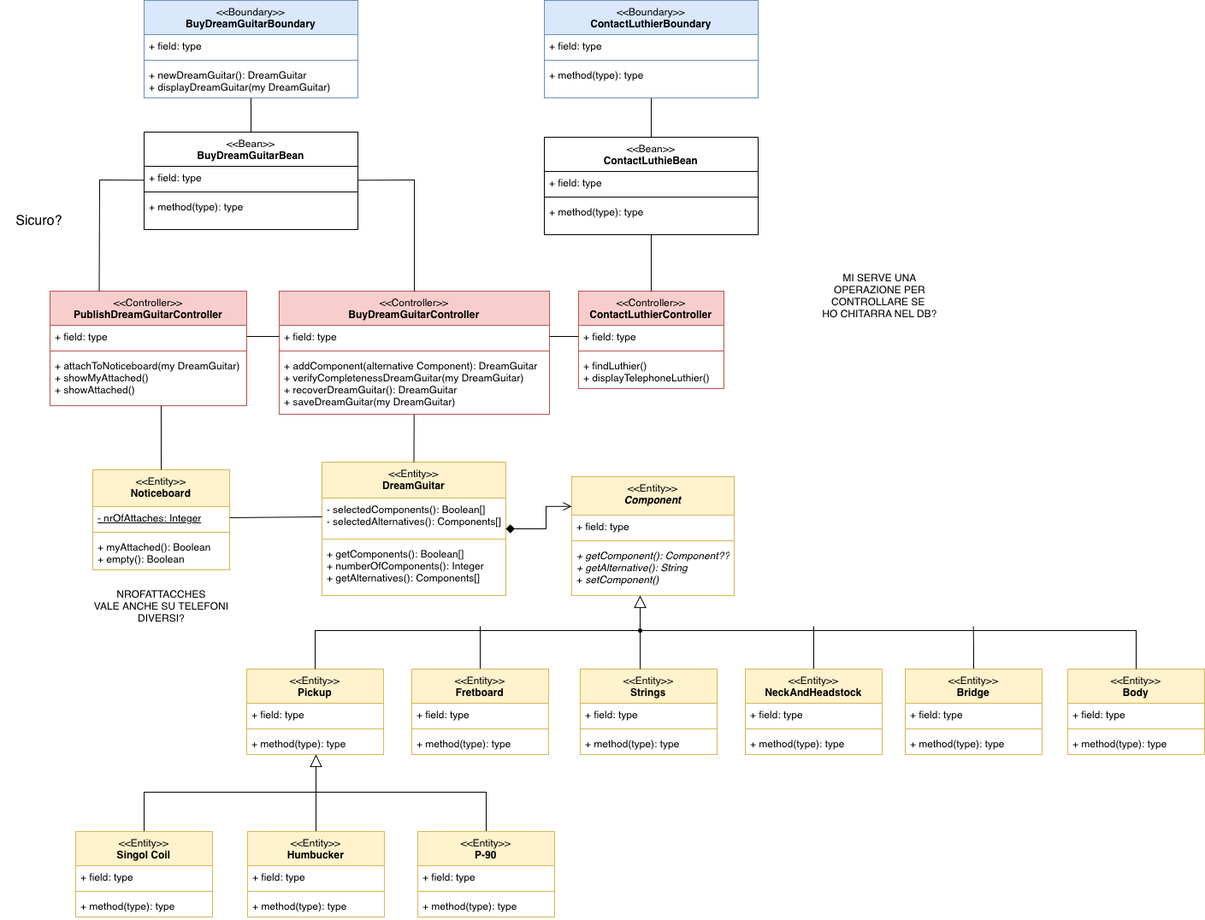
This is diagrams/BCET.drawio.png from TizianoLilli/ISPW-Project, a draw.io export, as it was before one commit. Source tidied: cells renumbered, new cells last; positions are measured from the earlier drawing's top-left corner, leaving out a move shared by most shapes.
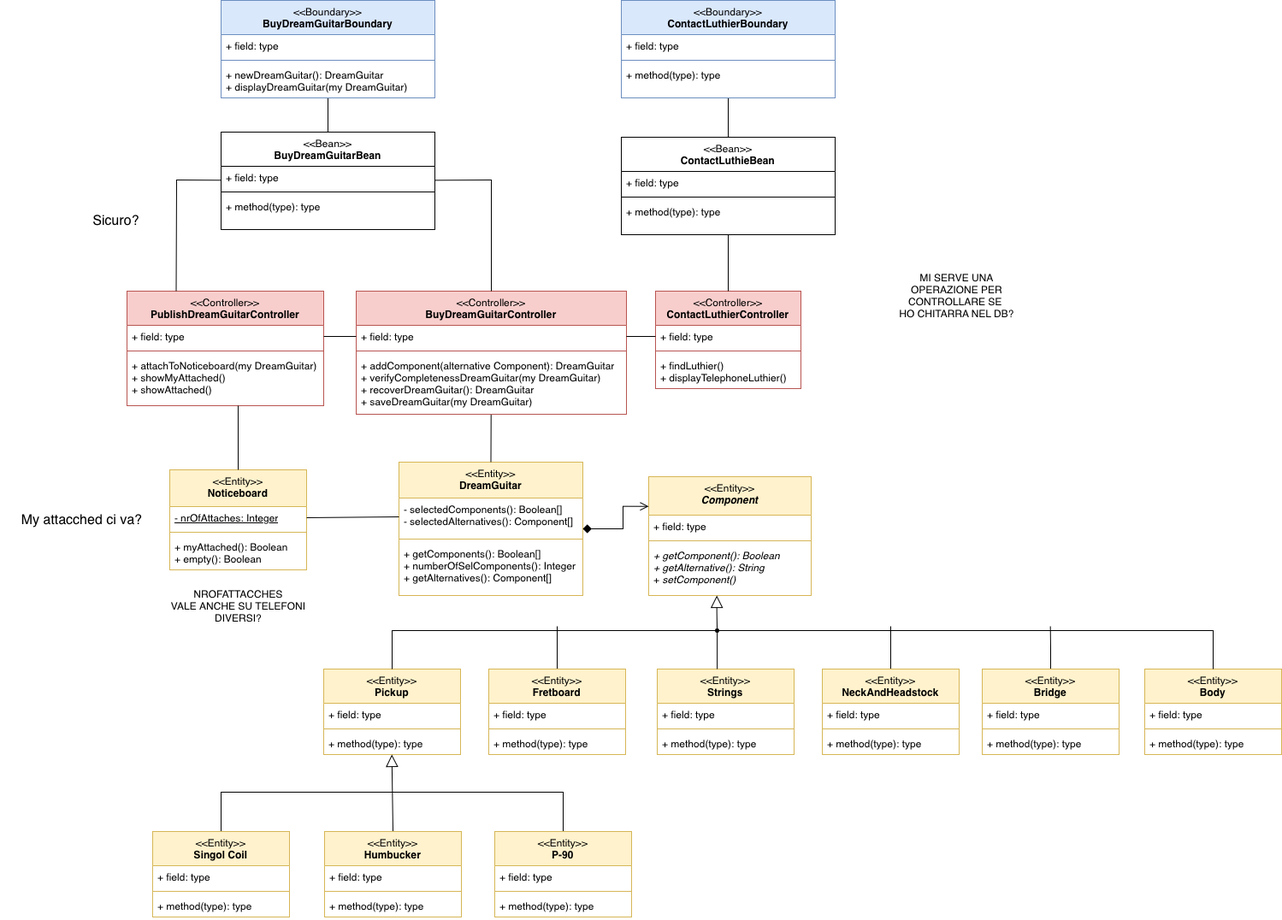
Above is the later version.

The edit, as a diff of the source:
```diff
@@ -5,13 +5,13 @@
     <mxCell id="2" value="&lt;div&gt;&lt;span style=&quot;font-weight: 400;&quot;&gt;&amp;lt;&amp;lt;Entity&amp;gt;&amp;gt;&lt;/span&gt;&lt;br&gt;&lt;/div&gt;DreamGuitar" style="swimlane;fontStyle=1;align=center;verticalAlign=top;horizontal=1;startSize=42;whiteSpace=wrap;html=1;fillColor=#fff2cc;strokeColor=#d6b656;" parent="1" vertex="1">
       <mxGeometry x="376" y="540" width="215" height="156" as="geometry" />
     </mxCell>
-    <mxCell id="3" value="- selectedComponents(): Boolean[]&lt;div&gt;- selectedAlternatives(): Components[]&lt;/div&gt;" style="text;strokeColor=none;fillColor=none;align=left;verticalAlign=top;spacingLeft=4;spacingRight=4;overflow=hidden;points=[[0,0.5],[1,0.5]];portConstraint=eastwest;whiteSpace=wrap;html=1;" parent="2" vertex="1">
+    <mxCell id="3" value="- selectedComponents(): Boolean[]&lt;div&gt;- selectedAlternatives(): Component[]&lt;/div&gt;" style="text;strokeColor=none;fillColor=none;align=left;verticalAlign=top;spacingLeft=4;spacingRight=4;overflow=hidden;points=[[0,0.5],[1,0.5]];portConstraint=eastwest;whiteSpace=wrap;html=1;" parent="2" vertex="1">
       <mxGeometry y="42" width="215" height="44" as="geometry" />
     </mxCell>
     <mxCell id="4" style="line;strokeWidth=1;fillColor=none;align=left;verticalAlign=middle;spacingTop=-1;spacingLeft=3;spacingRight=3;labelPosition=right;strokeColor=inherit;" parent="2" vertex="1">
       <mxGeometry y="86" width="215" height="8" as="geometry" />
     </mxCell>
-    <mxCell id="5" value="+ getComponents(): Boolean[]&lt;div&gt;+ numberOfComponents(): Integer&lt;/div&gt;&lt;div&gt;+ getAlternatives(&lt;span style=&quot;background-color: initial;&quot;&gt;): Components[]&lt;/span&gt;&lt;/div&gt;" style="text;strokeColor=none;fillColor=none;align=left;verticalAlign=top;spacingLeft=4;spacingRight=4;overflow=hidden;whiteSpace=wrap;html=1;" parent="2" vertex="1">
+    <mxCell id="5" value="+ getComponents(): Boolean[]&lt;div&gt;+ numberOfSelComponents(): Integer&lt;/div&gt;&lt;div&gt;+ getAlternatives(&lt;span style=&quot;background-color: initial;&quot;&gt;): Component[]&lt;/span&gt;&lt;/div&gt;" style="text;strokeColor=none;fillColor=none;align=left;verticalAlign=top;spacingLeft=4;spacingRight=4;overflow=hidden;whiteSpace=wrap;html=1;" parent="2" vertex="1">
       <mxGeometry y="94" width="215" height="62" as="geometry" />
     </mxCell>
     <mxCell id="6" value="&lt;div&gt;&lt;span style=&quot;font-weight: 400;&quot;&gt;&amp;lt;&amp;lt;Entity&amp;gt;&amp;gt;&lt;/span&gt;&lt;br&gt;&lt;/div&gt;Noticeboard" style="swimlane;fontStyle=1;align=center;verticalAlign=top;horizontal=1;startSize=43;whiteSpace=wrap;html=1;fillColor=#fff2cc;strokeColor=#d6b656;" parent="1" vertex="1">
@@ -89,7 +89,7 @@
     <mxCell id="30" style="line;strokeWidth=1;fillColor=none;align=left;verticalAlign=middle;spacingTop=-1;spacingLeft=3;spacingRight=3;labelPosition=right;strokeColor=inherit;" parent="28" vertex="1">
       <mxGeometry y="71" width="190" height="8" as="geometry" />
     </mxCell>
-    <mxCell id="31" value="&lt;i&gt;+ getComponent(): Component??&lt;/i&gt;&lt;div&gt;&lt;i&gt;+ getAlternative(): String&lt;/i&gt;&lt;i&gt;&lt;/i&gt;&lt;/div&gt;&lt;div&gt;+ &lt;i&gt;setComponent()&amp;nbsp;&lt;/i&gt;&lt;/div&gt;" style="text;strokeColor=none;fillColor=none;align=left;verticalAlign=top;spacingLeft=4;spacingRight=4;overflow=hidden;points=[[0,0.5],[1,0.5]];portConstraint=eastwest;whiteSpace=wrap;html=1;" parent="28" vertex="1">
+    <mxCell id="31" value="&lt;i&gt;+ getComponent(): Boolean&lt;/i&gt;&lt;div&gt;&lt;i&gt;+ getAlternative(): String&lt;/i&gt;&lt;i&gt;&lt;/i&gt;&lt;/div&gt;&lt;div&gt;+ &lt;i&gt;setComponent()&amp;nbsp;&lt;/i&gt;&lt;/div&gt;" style="text;strokeColor=none;fillColor=none;align=left;verticalAlign=top;spacingLeft=4;spacingRight=4;overflow=hidden;points=[[0,0.5],[1,0.5]];portConstraint=eastwest;whiteSpace=wrap;html=1;" parent="28" vertex="1">
       <mxGeometry y="79" width="190" height="60" as="geometry" />
     </mxCell>
     <mxCell id="32" style="html=1;labelBackgroundColor=#ffffff;jettySize=auto;fontSize=14;rounded=0;jumpStyle=gap;edgeStyle=orthogonalEdgeStyle;startArrow=diamond;startFill=1;endArrow=open;strokeWidth=1;startSize=8;endSize=8;curved=0;exitX=1;exitY=0.5;exitDx=0;exitDy=0;entryX=0;entryY=0.25;entryDx=0;entryDy=0;" parent="1" edge="1" source="2" target="28">
@@ -330,5 +330,8 @@
     <mxCell id="100" value="Sicuro?" style="text;html=1;align=center;verticalAlign=middle;strokeColor=none;fillColor=none;fontSize=16;" parent="1" vertex="1">
       <mxGeometry y="237" width="90" height="40" as="geometry" />
     </mxCell>
+    <mxCell id="101" value="My attacched ci va?" style="text;html=1;align=center;verticalAlign=middle;strokeColor=none;fillColor=none;fontSize=16;" parent="1" vertex="1">
+      <mxGeometry x="-90" y="587" width="190" height="40" as="geometry" />
+    </mxCell>
   </root>
 </mxGraphModel>
```
